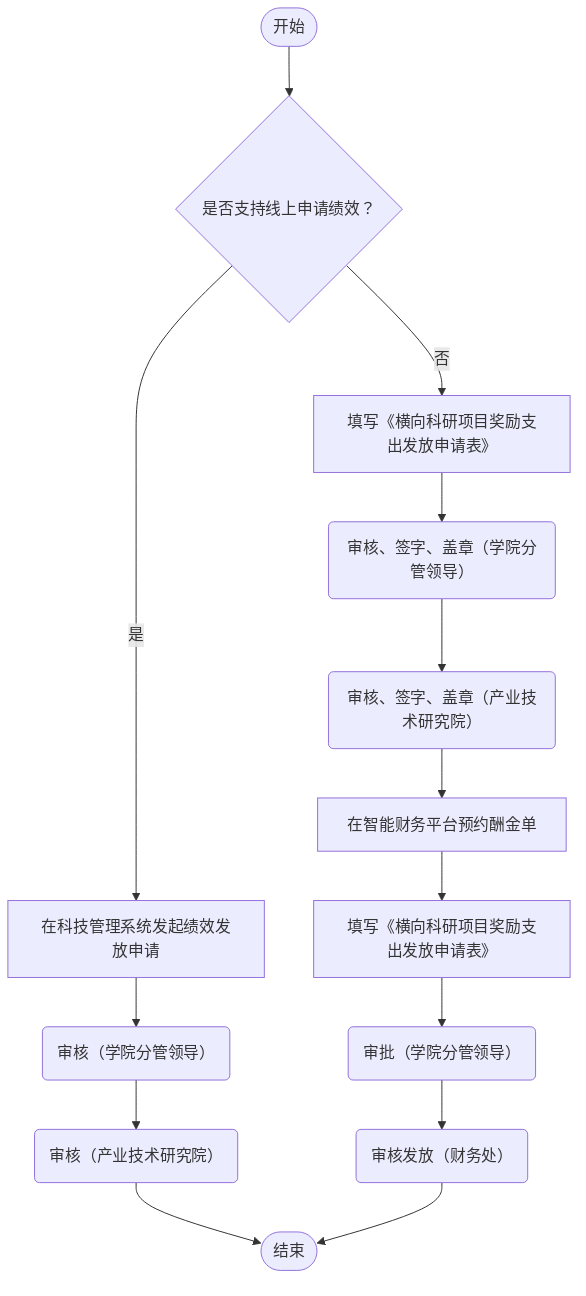
Earlier version of the Mermaid export outline2flow/flow_outputs/page_53.png (AmyIvan/work1). Its source is kept beside it as outline2flow/mmd_outputs/page_53.mmd.
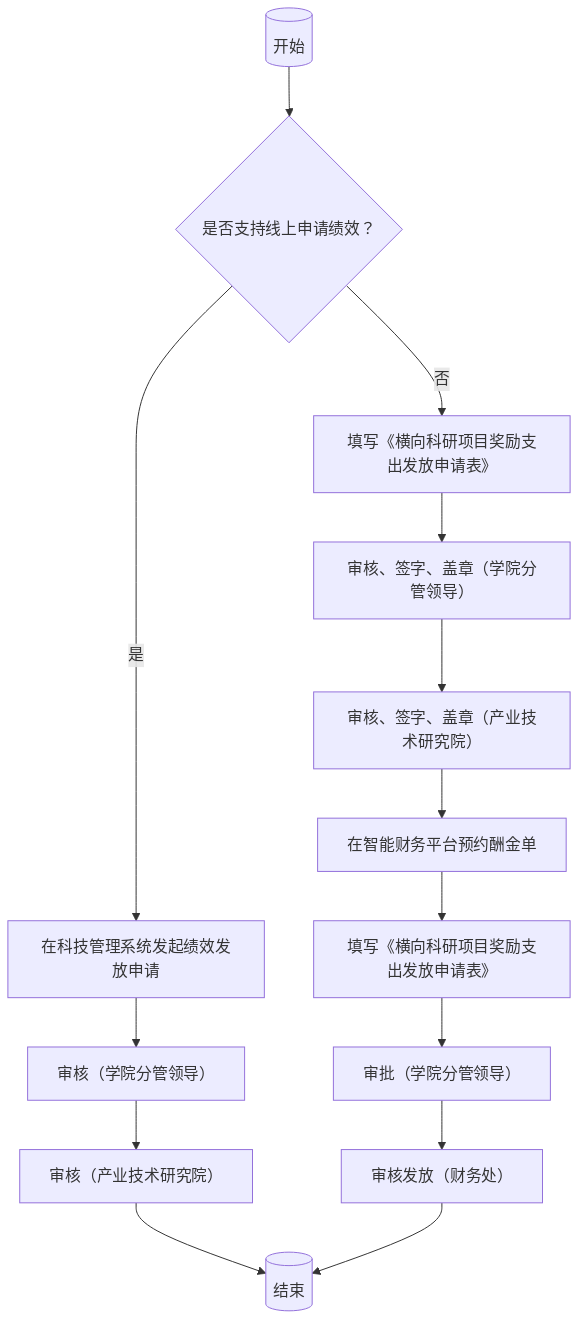
The same file after the commit.

Change to the diagram source:
```diff
@@ -1,28 +1,14 @@
 flowchart TD
-    Start([开始])
-    Decision1{是否支持线上申请绩效？}
-    OnlineApply[在科技管理系统发起绩效发放申请]
-    Review1(审核（学院分管领导）)
-    Review2(审核（产业技术研究院）)
-    OfflineApply[填写《横向科研项目奖励支出发放申请表》]
-    ReviewSign1(审核、签字、盖章（学院分管领导）)
-    ReviewSign2(审核、签字、盖章（产业技术研究院）)
-    Reserve[在智能财务平台预约酬金单]
-    FillForm[填写《横向科研项目奖励支出发放申请表》]
-    Approval(审批（学院分管领导）)
-    FinancialReview(审核发放（财务处）)
-    End([结束])
-
-    Start --> Decision1
-    Decision1 -- 是 --> OnlineApply
-    OnlineApply --> Review1
-    Review1 --> Review2
-    Review2 --> End
-    Decision1 -- 否 --> OfflineApply
-    OfflineApply --> ReviewSign1
-    ReviewSign1 --> ReviewSign2
-    ReviewSign2 --> Reserve
-    Reserve --> FillForm
-    FillForm --> Approval
-    Approval --> FinancialReview
-    FinancialReview --> End
+    A[("开始")] --> B{"是否支持线上申请绩效？"}
+    B --是--> C[在科技管理系统发起绩效发放申请]
+    C --> D[审核（学院分管领导）]
+    D --> E[审核（产业技术研究院）]
+    E --> F[("结束")]
+    B --否--> G[填写《横向科研项目奖励支出发放申请表》]
+    G --> H[审核、签字、盖章（学院分管领导）]
+    H --> I[审核、签字、盖章（产业技术研究院）]
+    I --> J[在智能财务平台预约酬金单]
+    J --> K[填写《横向科研项目奖励支出发放申请表》]
+    K --> L[审批（学院分管领导）]
+    L --> M[审核发放（财务处）]
+    M --> F[("结束")]
```
